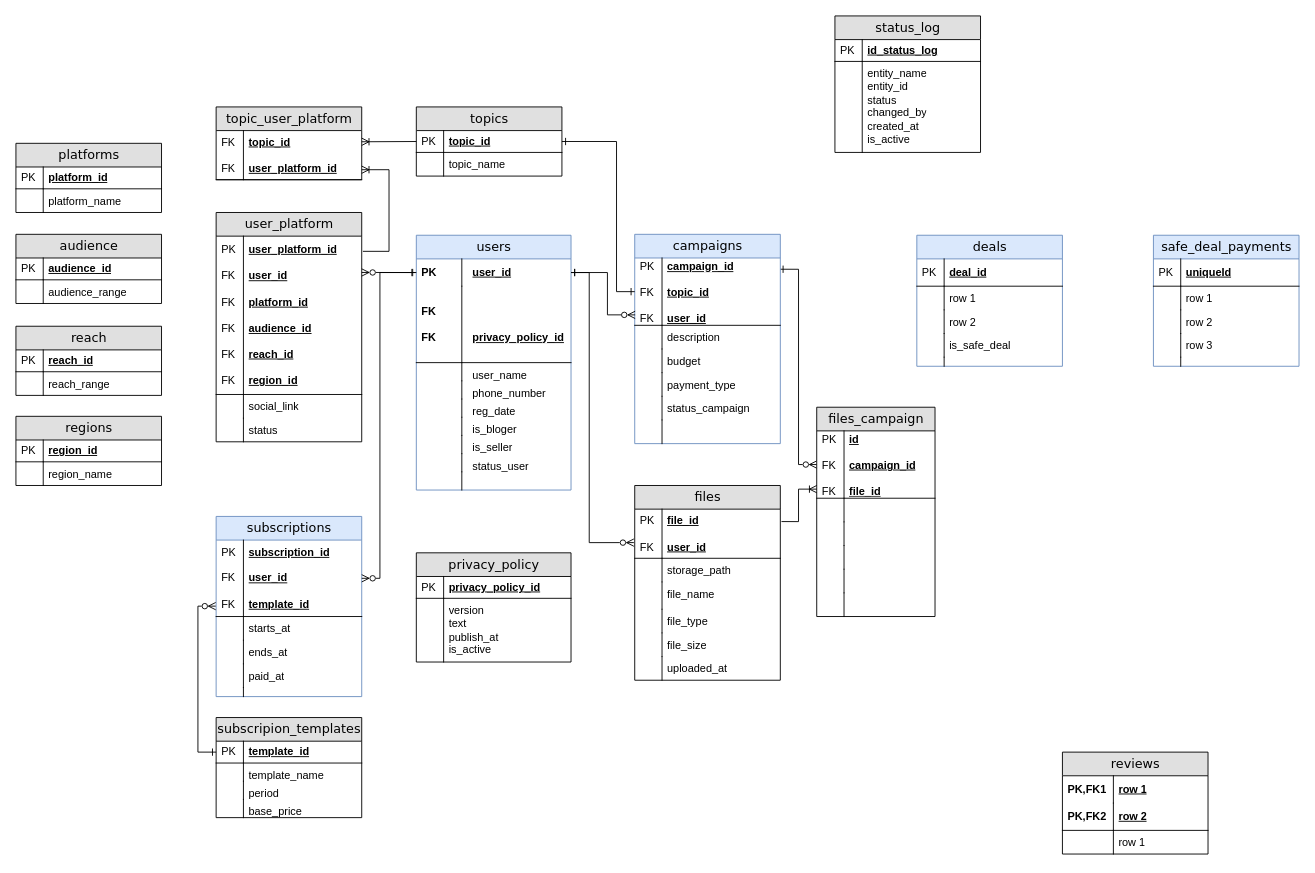
NadezdaHope19/practice keeps this draw.io diagram as diagrams/erd.drawio.xml. Above is the earlier version. Source tidied: cells renumbered, new cells numbered last; positions are measured from the earlier drawing's top-left corner, leaving out a move shared by most shapes. Both pictures are drawn from the tidied source at 91%, with x=0, y=0 at pixel (15, 15).
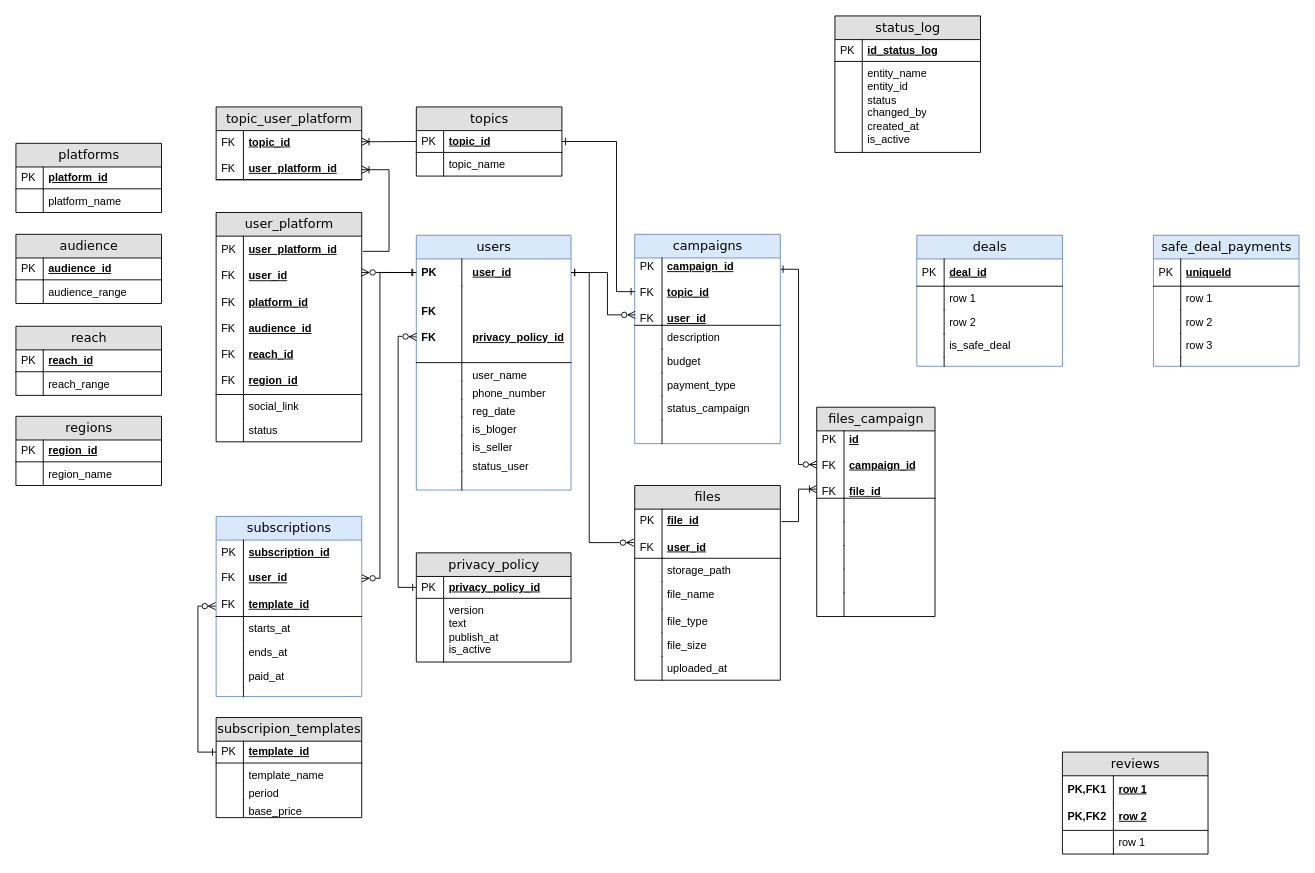
The same page after the edit.

Unchanged cells that the change refers to:
```xml
<mxCell id="126" value="privacy_policy_id" style="shape=partialRectangle;top=0;left=0;right=0;bottom=1;html=1;align=left;verticalAlign=middle;fillColor=none;spacingLeft=34;spacingRight=4;whiteSpace=wrap;overflow=hidden;points=[[0,0.5],[1,0.5]];portConstraint=eastwest;fontStyle=5;" parent="125" vertex="1">
  <mxGeometry y="26" width="170" height="24" as="geometry" />
</mxCell>
```

What changed in the source:
```diff
@@
+    <mxCell id="164" style="edgeStyle=none;rounded=0;jettySize=auto;html=1;exitX=0;exitY=0.5;exitDx=0;exitDy=0;entryX=0.001;entryY=0.64;entryDx=0;entryDy=0;entryPerimeter=0;endArrow=ERzeroToMany;endFill=0;startArrow=ERone;startFill=0;" parent="1" edge="1" source="126">
+      <mxGeometry relative="1" as="geometry">
+        <mxPoint x="440.2" y="352.8" as="targetPoint" />
+        <Array as="points">
+          <mxPoint x="420" y="628" />
+          <mxPoint x="420" y="352" />
+        </Array>
+      </mxGeometry>
+    </mxCell>
```
